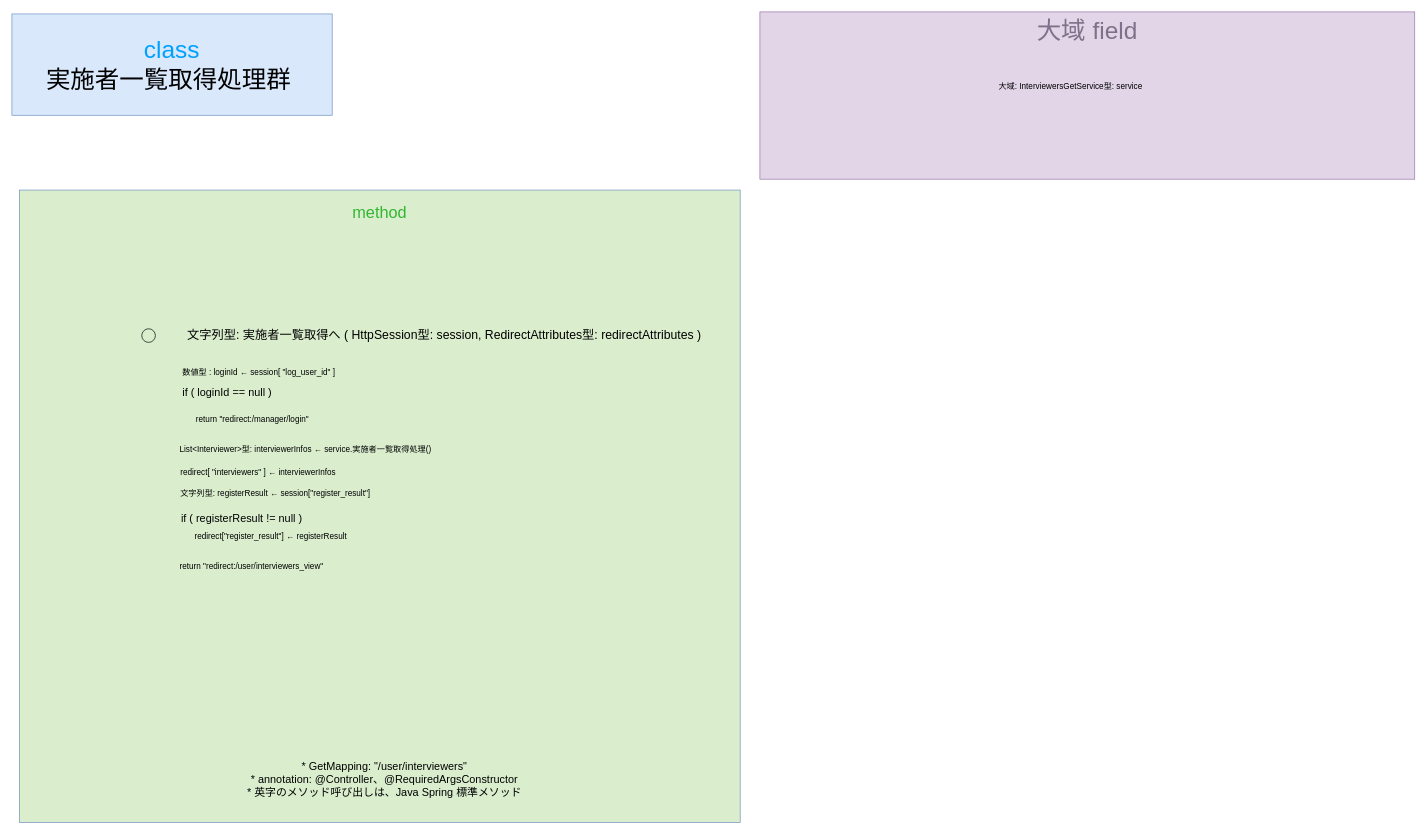
Earlier version of the draw.io diagram gijigengo/controller/user/meeting_reservation_sys controller_user InterviewersGetControllerクラス 疑似言語.drawio (tro319/meeting_reservation_system). Source tidied: cells renumbered, new cells numbered last; positions are measured from the earlier drawing's top-left corner, leaving out a move shared by most shapes. Both pictures are drawn from the tidied source at 68%, with x=0, y=0 at pixel (12, 12).
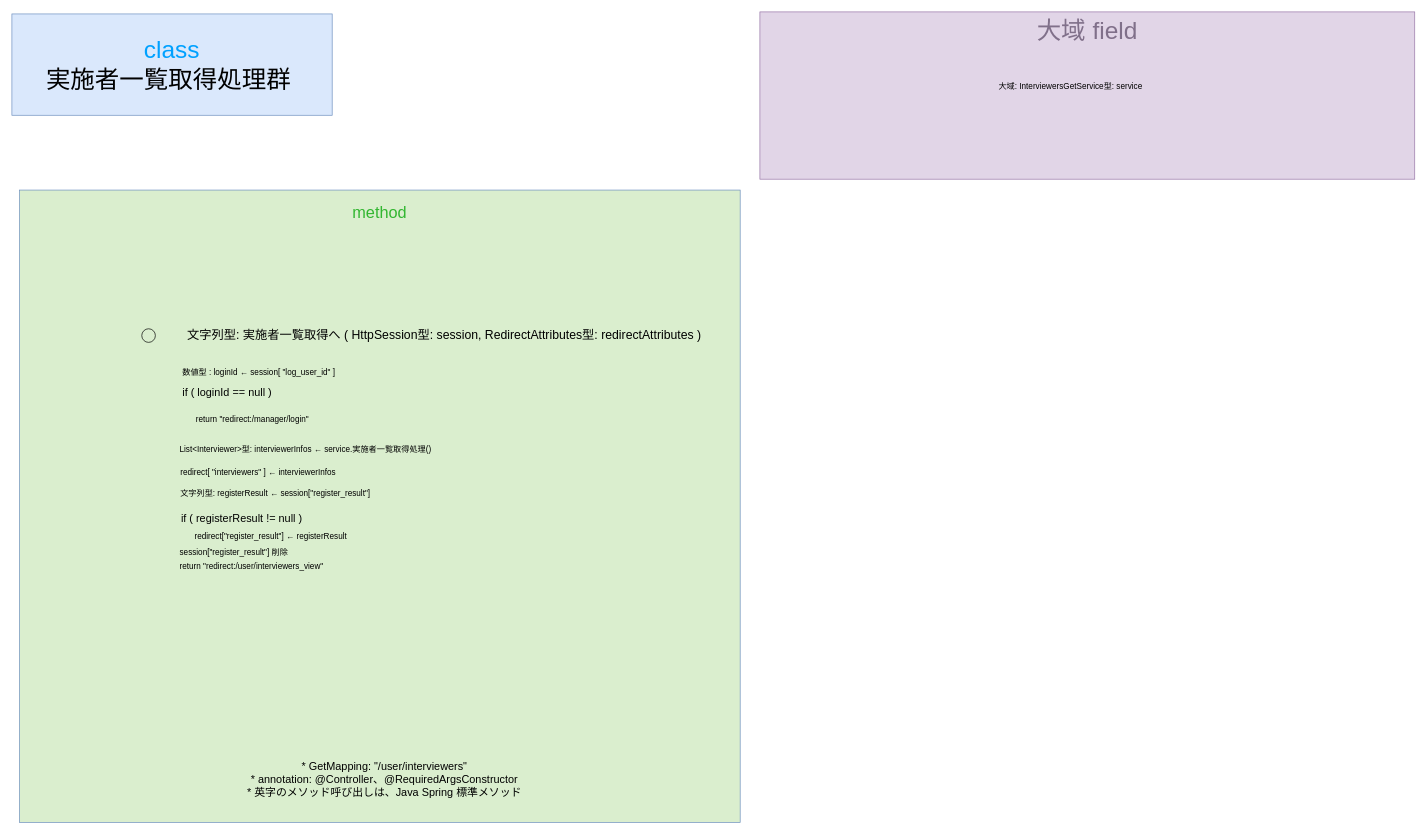
After the change.

The edit, as a diff of the source:
```diff
@@
 <mxGraphModel>
   <root>
     <mxCell id="0" />
     <mxCell id="1" parent="0" />
     <mxCell id="2" value="&lt;div&gt;&lt;span style=&quot;color: rgb(0, 161, 255);&quot;&gt;class&lt;/span&gt;&lt;/div&gt;&lt;div&gt;実施者一覧取得処理群&amp;nbsp;&lt;/div&gt;" style="text;html=1;whiteSpace=wrap;strokeColor=#6c8ebf;fillColor=#dae8fc;align=center;verticalAlign=middle;rounded=0;fontSize=36;" parent="1" vertex="1">
       <mxGeometry y="3" width="471" height="149" as="geometry" />
     </mxCell>
     <mxCell id="3" value="&lt;div&gt;&lt;font style=&quot;font-size: 24px;&quot;&gt;&lt;span style=&quot;color: rgb(50, 182, 49);&quot;&gt;&lt;span style=&quot;&quot;&gt;&lt;span style=&quot;&quot;&gt;&lt;span&gt;method&lt;/span&gt;&lt;/span&gt;&lt;/span&gt;&lt;/span&gt;&lt;/font&gt;&lt;/div&gt;&lt;div&gt;&lt;font style=&quot;font-size: 24px;&quot;&gt;&lt;span style=&quot;color: rgba(0, 0, 0, 0);&quot;&gt;&lt;span style=&quot;color: rgba(0, 0, 0, 0);&quot;&gt;&lt;span style=&quot;&quot;&gt;&lt;span style=&quot;&quot;&gt;&lt;br&gt;&lt;/span&gt;&lt;/span&gt;&lt;/span&gt;&lt;/span&gt;&lt;/font&gt;&lt;/div&gt;" style="text;html=1;whiteSpace=wrap;strokeColor=#6c8ebf;fillColor=light-dark(#daeece, #214210);align=center;verticalAlign=top;rounded=0;fontSize=36;fontColor=#00A1FF;" parent="1" vertex="1">
       <mxGeometry x="11" y="262" width="1060" height="930" as="geometry" />
     </mxCell>
     <mxCell id="4" value="&lt;div&gt;&lt;span style=&quot;color: rgb(0, 0, 0);&quot;&gt;&lt;font&gt;数値型 : loginId ←&amp;nbsp;&lt;/font&gt;&lt;/span&gt;&lt;span style=&quot;color: rgb(0, 0, 0);&quot;&gt;&lt;font&gt;session[ &quot;log_user_id&quot; ]&lt;/font&gt;&lt;/span&gt;&lt;/div&gt;" style="text;html=1;whiteSpace=wrap;strokeColor=none;fillColor=none;align=left;verticalAlign=middle;rounded=0;fontSize=12;" parent="1" vertex="1">
       <mxGeometry x="249" y="515" width="590" height="30" as="geometry" />
     </mxCell>
     <mxCell id="5" value="&lt;div&gt;&lt;span&gt;&lt;span&gt;&lt;span style=&quot;color: rgb(0, 0, 0);&quot;&gt;&lt;font style=&quot;font-size: 16px;&quot;&gt;* GetMapping: &quot;/user/interviewers&quot;&lt;/font&gt;&lt;/span&gt;&lt;/span&gt;&lt;/span&gt;&lt;/div&gt;&lt;div&gt;&lt;span&gt;&lt;span&gt;&lt;span style=&quot;color: rgb(0, 0, 0);&quot;&gt;&lt;font style=&quot;font-size: 16px;&quot;&gt;* annotation: @Controller、@RequiredArgsConstructor&lt;/font&gt;&lt;/span&gt;&lt;/span&gt;&lt;/span&gt;&lt;/div&gt;&lt;div&gt;&lt;span&gt;&lt;span&gt;&lt;span style=&quot;color: rgb(0, 0, 0);&quot;&gt;&lt;font style=&quot;font-size: 16px;&quot;&gt;* 英字のメソッド呼び出しは、Java Spring 標準メソッド&lt;/font&gt;&lt;/span&gt;&lt;/span&gt;&lt;/span&gt;&lt;/div&gt;" style="text;html=1;whiteSpace=wrap;strokeColor=none;fillColor=none;align=center;verticalAlign=middle;rounded=0;" parent="1" vertex="1">
       <mxGeometry x="253" y="1114" width="590" height="30" as="geometry" />
     </mxCell>
     <mxCell id="6" value="&lt;div align=&quot;left&quot;&gt;&lt;span style=&quot;color: rgb(0, 0, 0);&quot;&gt;&lt;font style=&quot;font-size: 16px;&quot;&gt;if ( loginId == null )&amp;nbsp;&lt;/font&gt;&lt;/span&gt;&lt;/div&gt;" style="text;html=1;whiteSpace=wrap;strokeColor=none;fillColor=none;align=left;verticalAlign=middle;rounded=0;" parent="1" vertex="1">
       <mxGeometry x="249" y="545" width="590" height="30" as="geometry" />
     </mxCell>
     <mxCell id="7" value="return &quot;redirect:/manager/login&quot;" style="text;html=1;whiteSpace=wrap;strokeColor=none;fillColor=none;align=left;verticalAlign=middle;rounded=0;" parent="1" vertex="1">
       <mxGeometry x="269" y="585" width="590" height="30" as="geometry" />
     </mxCell>
     <mxCell id="8" value="&lt;font&gt;大域 field&lt;/font&gt;" style="rounded=0;whiteSpace=wrap;html=1;fillColor=#e1d5e7;strokeColor=#9673a6;verticalAlign=top;fontSize=36;fontColor=#80708A;" parent="1" vertex="1">
       <mxGeometry x="1100" width="963" height="246" as="geometry" />
     </mxCell>
     <mxCell id="9" value="&lt;font&gt;&lt;span&gt;&lt;span&gt;&lt;span style=&quot;color: rgb(0, 0, 0);&quot;&gt;&lt;font&gt;大域: InterviewersGetService型: service&lt;/font&gt;&lt;/span&gt;&lt;/span&gt;&lt;/span&gt;&lt;/font&gt;" style="whiteSpace=wrap;html=1;fillColor=none;labelBorderColor=none;strokeColor=none;fontSize=12;" parent="1" vertex="1">
       <mxGeometry x="1249.5" y="95" width="614" height="30" as="geometry" />
     </mxCell>
     <mxCell id="10" value="&amp;nbsp; &amp;nbsp; &amp;nbsp; &amp;nbsp; &amp;nbsp; &amp;nbsp; &amp;nbsp;" style="ellipse;whiteSpace=wrap;html=1;fillColor=none;" parent="1" vertex="1">
       <mxGeometry x="191" y="466" width="20" height="20" as="geometry" />
     </mxCell>
     <mxCell id="11" value="&lt;font style=&quot;font-size: 18px;&quot;&gt;&lt;span&gt;&lt;span&gt;&lt;span style=&quot;color: rgb(0, 0, 0);&quot;&gt;&lt;font&gt;文字列型: 実施者一覧取得へ ( HttpSession型: session, RedirectAttributes型: redirectAttributes )&lt;/font&gt;&lt;/span&gt;&lt;/span&gt;&lt;/span&gt;&lt;/font&gt;" style="whiteSpace=wrap;html=1;fillColor=none;labelBorderColor=none;strokeColor=none;" parent="1" vertex="1">
       <mxGeometry x="161" y="461" width="950.3" height="30" as="geometry" />
     </mxCell>
     <mxCell id="12" value="return &quot;redirect:/user/interviewers_view&quot;" style="text;html=1;whiteSpace=wrap;strokeColor=none;fillColor=none;align=left;verticalAlign=middle;rounded=0;" parent="1" vertex="1">
       <mxGeometry x="245" y="801" width="590" height="30" as="geometry" />
     </mxCell>
     <mxCell id="13" value="List&amp;lt;Interviewer&amp;gt;型: interviewerInfos ← service.実施者一覧取得処理()" style="text;html=1;whiteSpace=wrap;strokeColor=none;fillColor=none;align=left;verticalAlign=middle;rounded=0;" parent="1" vertex="1">
       <mxGeometry x="245" y="628" width="590" height="30" as="geometry" />
     </mxCell>
     <mxCell id="14" value="&lt;div align=&quot;left&quot;&gt;&lt;span style=&quot;color: rgb(0, 0, 0);&quot;&gt;&lt;font&gt;redirect[ &quot;interviewers&quot; ] ← interviewerInfos&lt;/font&gt;&lt;/span&gt;&lt;/div&gt;" style="text;html=1;whiteSpace=wrap;strokeColor=none;fillColor=none;align=left;verticalAlign=middle;rounded=0;fontSize=12;" parent="1" vertex="1">
       <mxGeometry x="246" y="663" width="590" height="30" as="geometry" />
     </mxCell>
     <mxCell id="15" value="文字列型: registerResult ← session[&quot;register_result&quot;]" style="text;html=1;whiteSpace=wrap;strokeColor=none;fillColor=none;align=left;verticalAlign=middle;rounded=0;" parent="1" vertex="1">
       <mxGeometry x="246" y="693" width="590" height="30" as="geometry" />
     </mxCell>
     <mxCell id="16" value="&lt;div align=&quot;left&quot;&gt;&lt;span style=&quot;color: rgb(0, 0, 0);&quot;&gt;&lt;font style=&quot;font-size: 16px;&quot;&gt;if ( registerResult != null )&amp;nbsp;&lt;/font&gt;&lt;/span&gt;&lt;/div&gt;" style="text;html=1;whiteSpace=wrap;strokeColor=none;fillColor=none;align=left;verticalAlign=middle;rounded=0;" parent="1" vertex="1">
       <mxGeometry x="247" y="729" width="590" height="30" as="geometry" />
     </mxCell>
     <mxCell id="17" value="redirect[&quot;register_result&quot;] ← registerResult" style="text;html=1;whiteSpace=wrap;strokeColor=none;fillColor=none;align=left;verticalAlign=middle;rounded=0;" parent="1" vertex="1">
       <mxGeometry x="267" y="757" width="590" height="30" as="geometry" />
     </mxCell>
+    <mxCell id="18" value="session[&quot;register_result&quot;] 削除" style="text;html=1;whiteSpace=wrap;strokeColor=none;fillColor=none;align=left;verticalAlign=middle;rounded=0;" parent="1" vertex="1">
+      <mxGeometry x="245" y="780" width="590" height="30" as="geometry" />
+    </mxCell>
   </root>
 </mxGraphModel>
```
